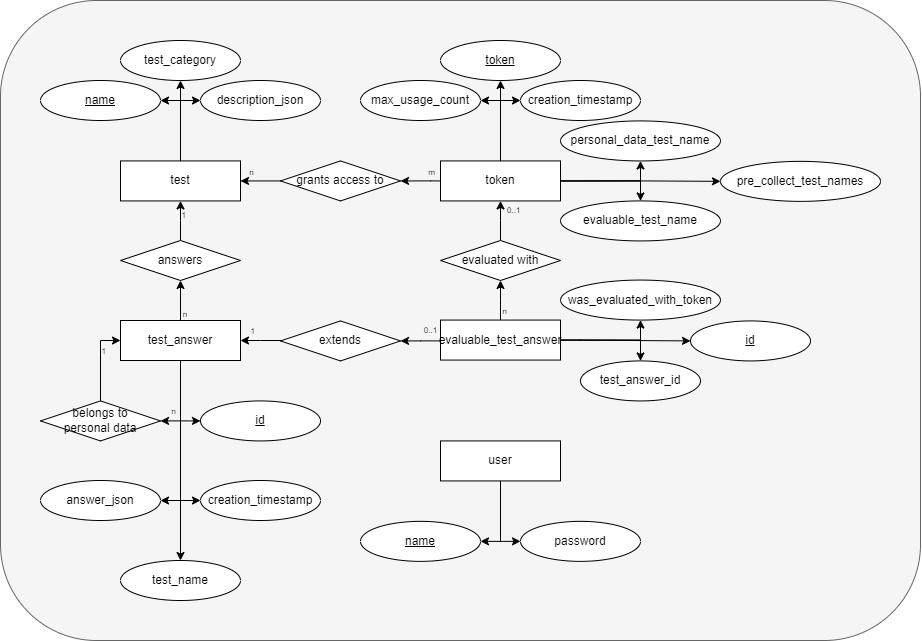
Earlier version of the draw.io export doc/diagrams/ER model.png (Niwo1403/test-system). Source tidied: cells renumbered, new cells last; positions are measured from the earlier drawing's top-left corner, leaving out a move shared by most shapes.
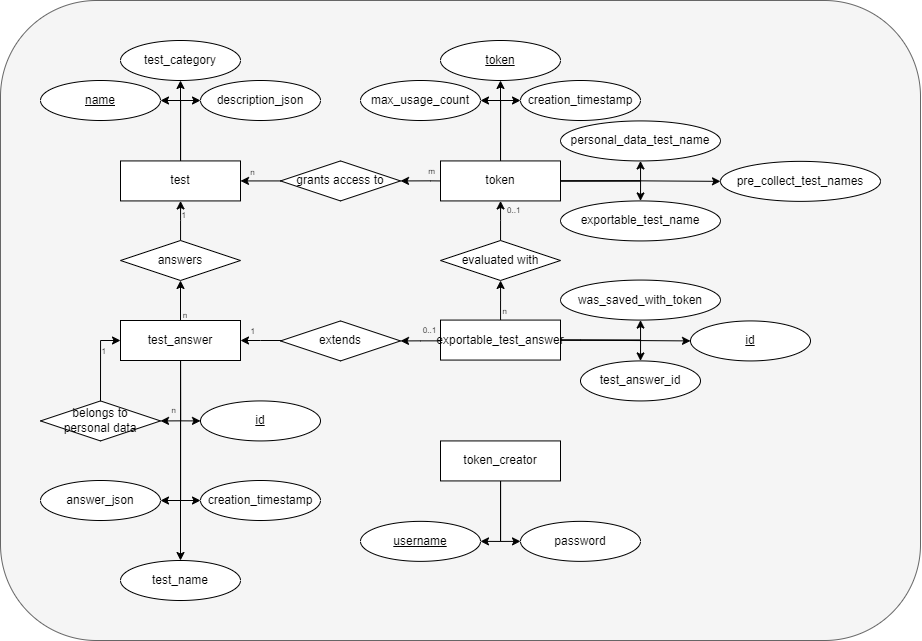
After the change.

The edit, as a diff of the source:
```diff
@@ -2,7 +2,7 @@
   <root>
     <mxCell id="0" />
     <mxCell id="1" parent="0" />
-    <mxCell id="2" style="rounded=1;whiteSpace=wrap;html=1;fillColor=#f5f5f5;fontColor=#333333;strokeColor=#666666;" parent="1" vertex="1">
+    <mxCell id="2" style="rounded=1;whiteSpace=wrap;html=1;fillColor=#f5f5f5;strokeColor=#666666;fontColor=#333333;" parent="1" vertex="1">
       <mxGeometry width="920" height="640" as="geometry" />
     </mxCell>
     <mxCell id="3" style="edgeStyle=orthogonalEdgeStyle;rounded=0;jettySize=auto;html=1;entryX=1;entryY=0.5;entryDx=0;entryDy=0;" parent="1" edge="1" source="6" target="7">
@@ -163,10 +163,10 @@
     <mxCell id="43" style="edgeStyle=orthogonalEdgeStyle;rounded=0;jettySize=auto;html=1;entryX=0;entryY=0.5;entryDx=0;entryDy=0;labelBackgroundColor=none;fontSize=8;" parent="1" edge="1" source="44" target="46">
       <mxGeometry relative="1" as="geometry" />
     </mxCell>
-    <mxCell id="44" value="user" style="rounded=0;whiteSpace=wrap;html=1;" parent="1" vertex="1">
+    <mxCell id="44" value="token_creator" style="rounded=0;whiteSpace=wrap;html=1;" parent="1" vertex="1">
       <mxGeometry x="440" y="440.4" width="120" height="40" as="geometry" />
     </mxCell>
-    <mxCell id="45" value="&lt;u&gt;name&lt;/u&gt;" style="ellipse;whiteSpace=wrap;html=1;" parent="1" vertex="1">
+    <mxCell id="45" value="&lt;u&gt;username&lt;/u&gt;" style="ellipse;whiteSpace=wrap;html=1;" parent="1" vertex="1">
       <mxGeometry x="360" y="520.9" width="120" height="40" as="geometry" />
     </mxCell>
     <mxCell id="46" value="password" style="ellipse;whiteSpace=wrap;html=1;" parent="1" vertex="1">
@@ -178,7 +178,7 @@
     <mxCell id="48" value="pre_collect_test_names" style="ellipse;whiteSpace=wrap;html=1;" parent="1" vertex="1">
       <mxGeometry x="720" y="160.9" width="160" height="40" as="geometry" />
     </mxCell>
-    <mxCell id="49" value="evaluable_test_name" style="ellipse;whiteSpace=wrap;html=1;" parent="1" vertex="1">
+    <mxCell id="49" value="exportable_test_name" style="ellipse;whiteSpace=wrap;html=1;" parent="1" vertex="1">
       <mxGeometry x="560" y="200.4" width="160" height="40" as="geometry" />
     </mxCell>
     <mxCell id="50" value="creation_timestamp" style="ellipse;whiteSpace=wrap;html=1;" parent="1" vertex="1">
@@ -223,7 +223,7 @@
         </Array>
       </mxGeometry>
     </mxCell>
-    <mxCell id="58" value="evaluable_test_answer" style="rounded=0;whiteSpace=wrap;html=1;" parent="1" vertex="1">
+    <mxCell id="58" value="exportable_test_answer" style="rounded=0;whiteSpace=wrap;html=1;" parent="1" vertex="1">
       <mxGeometry x="440" y="319.6" width="120" height="40" as="geometry" />
     </mxCell>
     <mxCell id="59" style="edgeStyle=orthogonalEdgeStyle;rounded=0;jettySize=auto;html=1;entryX=1;entryY=0.5;entryDx=0;entryDy=0;fontSize=8;" parent="1" edge="1" source="61" target="17">
@@ -255,7 +255,7 @@
     <mxCell id="65" value="evaluated with" style="rhombus;whiteSpace=wrap;html=1;" parent="1" vertex="1">
       <mxGeometry x="440" y="240" width="120" height="40" as="geometry" />
     </mxCell>
-    <mxCell id="66" value="was_evaluated_with_token" style="ellipse;whiteSpace=wrap;html=1;" parent="1" vertex="1">
+    <mxCell id="66" value="was_saved_with_token" style="ellipse;whiteSpace=wrap;html=1;" parent="1" vertex="1">
       <mxGeometry x="560" y="279.6" width="160" height="40" as="geometry" />
     </mxCell>
     <mxCell id="67" value="test_answer_id" style="ellipse;whiteSpace=wrap;html=1;" parent="1" vertex="1">
```
